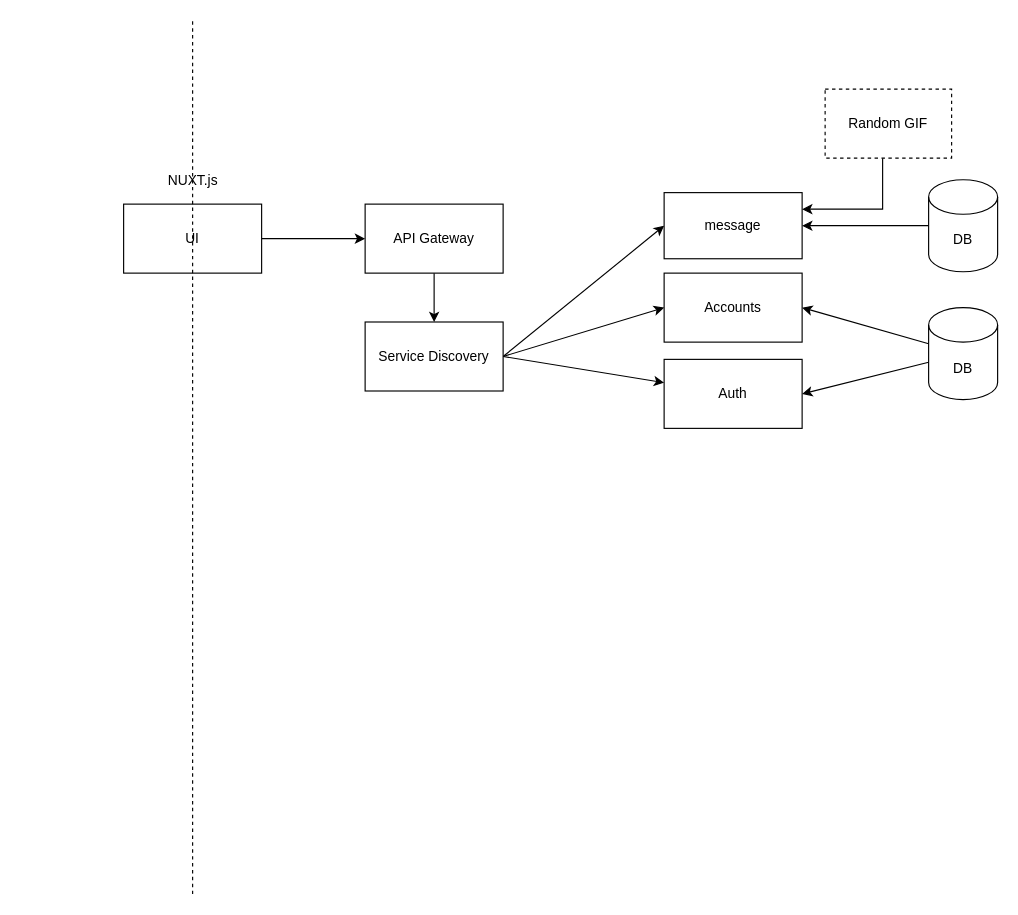
The draw.io diagram page "Page-1" (1 of 2) of prototype/concept.drawio in macsakarn/WebCoconut, before the edit. Source tidied: cells renumbered, new cells numbered last; positions are measured from the earlier drawing's top-left corner, leaving out a move shared by most shapes. Both pictures are drawn from the tidied source at 115%, with x=0, y=0 at pixel (123, 20).
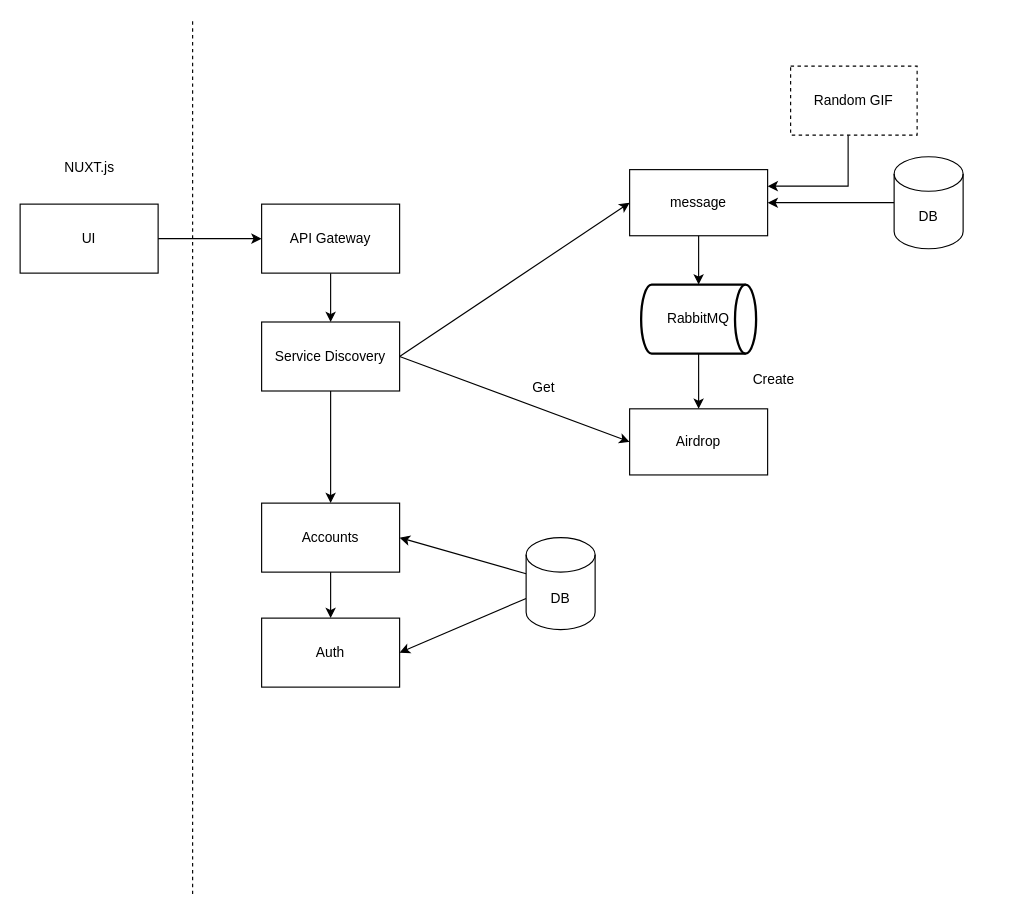
The same page after the edit.

Diff of the diagram source:
```diff
@@
     <mxCell id="3" value="UI" style="rounded=0;whiteSpace=wrap;html=1;" parent="1" vertex="1">
-      <mxGeometry y="160" width="120" height="60" as="geometry" />
+      <mxGeometry x="-90" y="160" width="120" height="60" as="geometry" />
     </mxCell>
@@
     <mxCell id="5" value="NUXT.js" style="text;html=1;align=center;verticalAlign=middle;strokeColor=none;fillColor=none;" parent="1" vertex="1">
-      <mxGeometry x="30" y="130" width="60" height="20" as="geometry" />
+      <mxGeometry x="-60" y="118.8" width="60" height="20" as="geometry" />
     </mxCell>
@@
     <mxCell id="7" value="API Gateway" style="rounded=0;whiteSpace=wrap;html=1;" parent="1" vertex="1">
-      <mxGeometry x="210" y="160" width="120" height="60" as="geometry" />
+      <mxGeometry x="120" y="160" width="120" height="60" as="geometry" />
     </mxCell>
@@
-    <mxCell id="9" style="rounded=0;jettySize=auto;html=1;entryX=0;entryY=0.5;entryDx=0;entryDy=0;exitX=1;exitY=0.5;exitDx=0;exitDy=0;" parent="1" edge="1" source="11" target="14">
+    <mxCell id="9" style="edgeStyle=none;rounded=0;jettySize=auto;html=1;entryX=0.5;entryY=0;entryDx=0;entryDy=0;" parent="1" edge="1" source="11" target="14">
       <mxGeometry relative="1" as="geometry" />
     </mxCell>
-    <mxCell id="10" style="rounded=0;jettySize=auto;html=1;exitX=1;exitY=0.5;exitDx=0;exitDy=0;" parent="1" edge="1" source="11" target="12">
-      <mxGeometry relative="1" as="geometry" />
-    </mxCell>
+    <mxCell id="22" style="edgeStyle=none;rounded=0;jettySize=auto;html=1;entryX=0;entryY=0.5;entryDx=0;entryDy=0;exitX=1;exitY=0.5;exitDx=0;exitDy=0;" parent="1" edge="1" source="11" target="25">
+      <mxGeometry relative="1" as="geometry" />
+    </mxCell>
     <mxCell id="11" value="Service Discovery" style="rounded=0;whiteSpace=wrap;html=1;" parent="1" vertex="1">
-      <mxGeometry x="210" y="262.5" width="120" height="60" as="geometry" />
+      <mxGeometry x="120" y="262.5" width="120" height="60" as="geometry" />
     </mxCell>
     <mxCell id="12" value="Auth" style="rounded=0;whiteSpace=wrap;html=1;" parent="1" vertex="1">
-      <mxGeometry x="470" y="295" width="120" height="60" as="geometry" />
+      <mxGeometry x="120" y="520" width="120" height="60" as="geometry" />
     </mxCell>
+    <mxCell id="23" style="edgeStyle=none;rounded=0;jettySize=auto;html=1;entryX=0.5;entryY=0;entryDx=0;entryDy=0;entryPerimeter=0;" parent="1" edge="1" source="13" target="27">
+      <mxGeometry relative="1" as="geometry" />
+    </mxCell>
     <mxCell id="13" value="message" style="rounded=0;whiteSpace=wrap;html=1;" parent="1" vertex="1">
-      <mxGeometry x="470" y="150" width="120" height="57.5" as="geometry" />
+      <mxGeometry x="440" y="130" width="120" height="57.5" as="geometry" />
     </mxCell>
+    <mxCell id="24" style="edgeStyle=none;rounded=0;jettySize=auto;html=1;entryX=0.5;entryY=0;entryDx=0;entryDy=0;" parent="1" edge="1" source="14" target="12">
+      <mxGeometry relative="1" as="geometry" />
+    </mxCell>
     <mxCell id="14" value="Accounts" style="rounded=0;whiteSpace=wrap;html=1;" parent="1" vertex="1">
-      <mxGeometry x="470" y="220" width="120" height="60" as="geometry" />
+      <mxGeometry x="120" y="420" width="120" height="60" as="geometry" />
     </mxCell>
     <mxCell id="15" style="edgeStyle=orthogonalEdgeStyle;rounded=0;jettySize=auto;html=1;entryX=1;entryY=0.25;entryDx=0;entryDy=0;" parent="1" edge="1" source="16" target="13">
       <mxGeometry relative="1" as="geometry">
         <Array as="points">
-          <mxPoint x="660" y="165" />
+          <mxPoint x="630" y="145" />
         </Array>
       </mxGeometry>
     </mxCell>
     <mxCell id="16" value="Random GIF" style="rounded=0;whiteSpace=wrap;html=1;dashed=1;" parent="1" vertex="1">
-      <mxGeometry x="610" y="60" width="110" height="60" as="geometry" />
+      <mxGeometry x="580" y="40" width="110" height="60" as="geometry" />
     </mxCell>
@@
     <mxCell id="19" value="DB" style="shape=cylinder3;whiteSpace=wrap;html=1;boundedLbl=1;backgroundOutline=1;size=15;" parent="1" vertex="1">
-      <mxGeometry x="700" y="250" width="60" height="80" as="geometry" />
+      <mxGeometry x="350" y="450" width="60" height="80" as="geometry" />
     </mxCell>
@@
     <mxCell id="21" value="DB" style="shape=cylinder3;whiteSpace=wrap;html=1;boundedLbl=1;backgroundOutline=1;size=15;" parent="1" vertex="1">
-      <mxGeometry x="700" y="138.8" width="60" height="80" as="geometry" />
+      <mxGeometry x="670" y="118.8" width="60" height="80" as="geometry" />
     </mxCell>
+    <mxCell id="25" value="Airdrop" style="rounded=0;whiteSpace=wrap;html=1;" parent="1" vertex="1">
+      <mxGeometry x="440" y="338" width="120" height="57.5" as="geometry" />
+    </mxCell>
+    <mxCell id="26" style="edgeStyle=none;rounded=0;jettySize=auto;html=1;entryX=0.5;entryY=0;entryDx=0;entryDy=0;" parent="1" edge="1" source="27" target="25">
+      <mxGeometry relative="1" as="geometry" />
+    </mxCell>
+    <mxCell id="27" value="RabbitMQ" style="strokeWidth=2;html=1;shape=mxgraph.flowchart.direct_data;whiteSpace=wrap;" parent="1" vertex="1">
+      <mxGeometry x="450" y="230" width="100" height="60" as="geometry" />
+    </mxCell>
+    <mxCell id="28" value="Create" style="text;html=1;align=center;verticalAlign=middle;strokeColor=none;fillColor=none;" parent="1" vertex="1">
+      <mxGeometry x="540" y="302.5" width="50" height="20" as="geometry" />
+    </mxCell>
+    <mxCell id="29" value="Get" style="text;html=1;align=center;verticalAlign=middle;strokeColor=none;fillColor=none;" parent="1" vertex="1">
+      <mxGeometry x="350" y="310" width="30" height="20" as="geometry" />
+    </mxCell>
```
